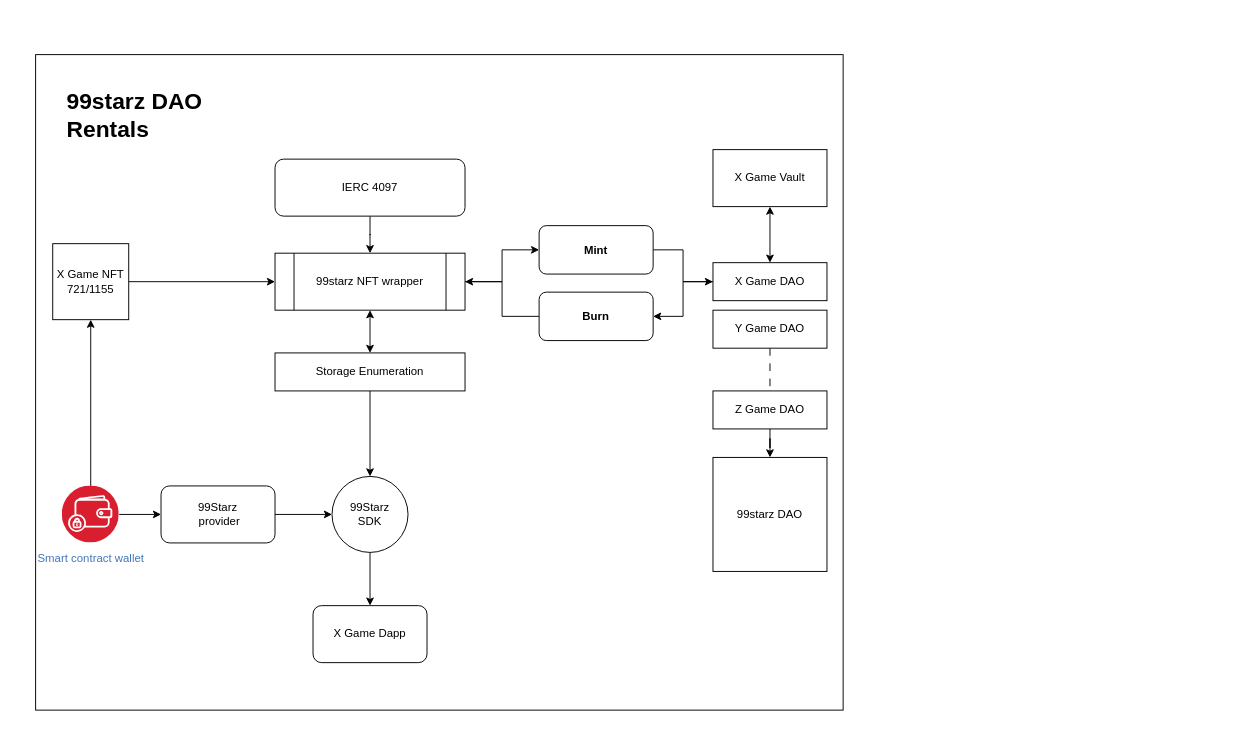
This is 99starz4097.drawio from ali-05-ahmed/Concept-Diagrams, a draw.io file, before an edit. Source tidied: cells renumbered, new cells numbered last; positions are measured from the earlier drawing's top-left corner, leaving out a move shared by most shapes. Both pictures are drawn from the tidied source at 95%, with x=0, y=0 at pixel (35, 54).
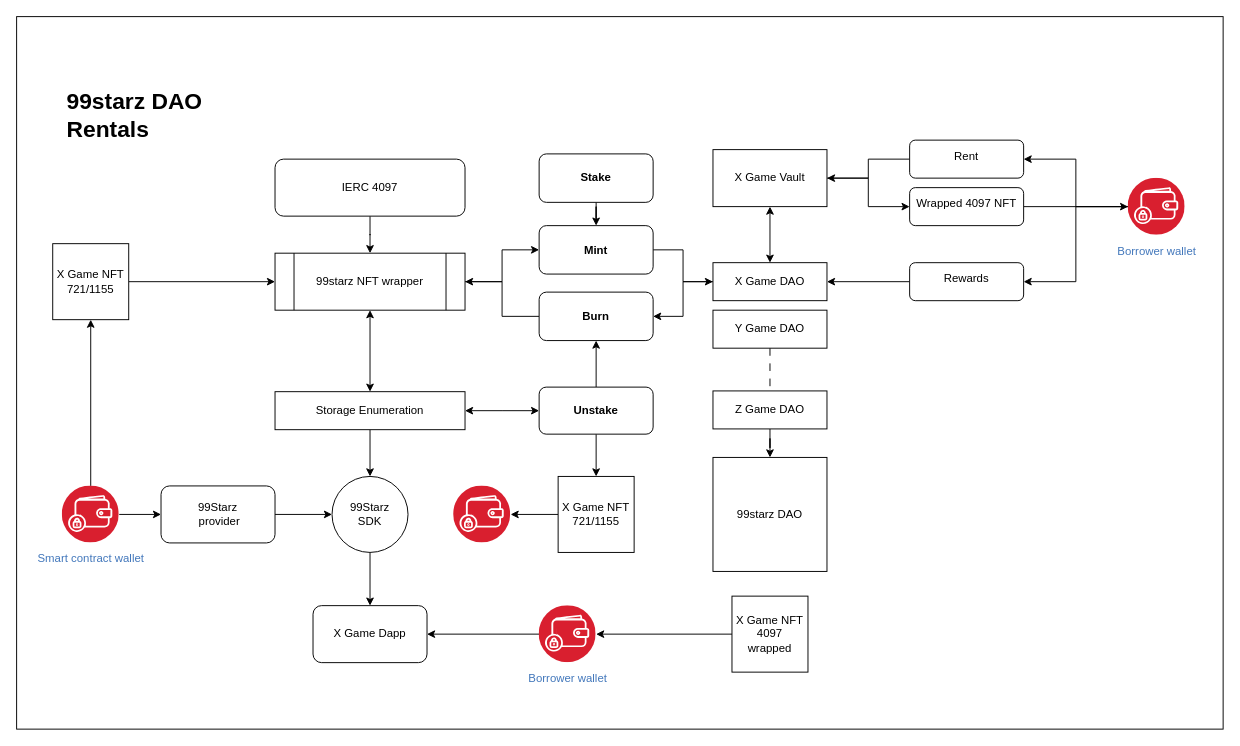
The same diagram, later.

The change refers to these unchanged cells:
```xml
<mxCell id="17" value="X Game DAO" style="rounded=0;whiteSpace=wrap;html=1;" parent="1" vertex="1">
  <mxGeometry x="713" y="219" width="120" height="40" as="geometry" />
</mxCell>
<mxCell id="27" value="&lt;b&gt;Mint&lt;/b&gt;" style="rounded=1;whiteSpace=wrap;html=1;" parent="1" vertex="1">
  <mxGeometry x="530" y="180" width="120" height="51" as="geometry" />
</mxCell>
<mxCell id="28" value="&lt;b&gt;Burn&lt;/b&gt;" style="rounded=1;whiteSpace=wrap;html=1;" parent="1" vertex="1">
  <mxGeometry x="530" y="250" width="120" height="51" as="geometry" />
</mxCell>
<mxCell id="29" value="X Game Vault" style="rounded=0;whiteSpace=wrap;html=1;" parent="1" vertex="1">
  <mxGeometry x="713" y="100" width="120" height="60" as="geometry" />
</mxCell>
<mxCell id="30" value="X Game Dapp" style="rounded=1;whiteSpace=wrap;html=1;" parent="1" vertex="1">
  <mxGeometry x="292" y="580" width="120" height="60" as="geometry" />
</mxCell>
```

Diff of the diagram source:
```diff
@@
     <mxCell id="2" style="rounded=0;whiteSpace=wrap;html=1;" parent="1" vertex="1">
-      <mxGeometry width="850" height="690" as="geometry" />
+      <mxGeometry x="-20" y="-40" width="1270" height="750" as="geometry" />
     </mxCell>
@@
     <mxCell id="23" value="Storage Enumeration" style="rounded=0;whiteSpace=wrap;html=1;" parent="1" vertex="1">
-      <mxGeometry x="252" y="314" width="200" height="40" as="geometry" />
+      <mxGeometry x="252" y="354.8" width="200" height="40" as="geometry" />
     </mxCell>
@@
+    <mxCell id="34" style="edgeStyle=orthogonalEdgeStyle;rounded=0;jettySize=auto;html=1;" parent="1" edge="1" source="29" target="41">
+      <mxGeometry relative="1" as="geometry" />
+    </mxCell>
@@
+    <mxCell id="35" style="edgeStyle=orthogonalEdgeStyle;rounded=0;jettySize=auto;html=1;" parent="1" edge="1" source="37" target="39">
+      <mxGeometry relative="1" as="geometry" />
+    </mxCell>
+    <mxCell id="36" style="edgeStyle=orthogonalEdgeStyle;rounded=0;jettySize=auto;html=1;entryX=1;entryY=0.5;entryDx=0;entryDy=0;" parent="1" edge="1" source="37" target="56">
+      <mxGeometry relative="1" as="geometry" />
+    </mxCell>
+    <mxCell id="37" value="Borrower wallet" style="image;perimeter=ellipsePerimeter;html=1;align=center;shadow=0;dashed=0;fontColor=#4277BB;labelBackgroundColor=default;fontSize=12;spacingTop=3;image=img/lib/ibm/blockchain/wallet.svg;" parent="1" vertex="1">
+      <mxGeometry x="1150" y="130" width="60" height="60" as="geometry" />
+    </mxCell>
+    <mxCell id="38" style="edgeStyle=orthogonalEdgeStyle;rounded=0;jettySize=auto;html=1;" parent="1" edge="1" source="39" target="29">
+      <mxGeometry relative="1" as="geometry" />
+    </mxCell>
+    <mxCell id="39" value="&lt;div&gt;&lt;span style=&quot;color: rgb(0, 0, 0);&quot;&gt;Rent&lt;/span&gt;&lt;br&gt;&lt;/div&gt;" style="rounded=1;whiteSpace=wrap;html=1;verticalAlign=top;fontColor=#4277BB;labelBackgroundColor=default;shadow=0;dashed=0;spacingTop=3;" parent="1" vertex="1">
+      <mxGeometry x="920" y="90" width="120" height="40" as="geometry" />
+    </mxCell>
+    <mxCell id="40" style="edgeStyle=orthogonalEdgeStyle;rounded=0;jettySize=auto;html=1;" parent="1" edge="1" source="41" target="37">
+      <mxGeometry relative="1" as="geometry" />
+    </mxCell>
+    <mxCell id="41" value="&lt;div&gt;&lt;span style=&quot;color: rgb(0, 0, 0);&quot;&gt;Wrapped 4097 NFT&lt;/span&gt;&lt;br&gt;&lt;/div&gt;" style="rounded=1;whiteSpace=wrap;html=1;verticalAlign=top;fontColor=#4277BB;labelBackgroundColor=default;shadow=0;dashed=0;spacingTop=3;" parent="1" vertex="1">
+      <mxGeometry x="920" y="140" width="120" height="40" as="geometry" />
+    </mxCell>
+    <mxCell id="42" style="edgeStyle=orthogonalEdgeStyle;rounded=0;jettySize=auto;html=1;" parent="1" edge="1" source="43" target="30">
+      <mxGeometry relative="1" as="geometry" />
+    </mxCell>
+    <mxCell id="43" value="Borrower wallet" style="image;perimeter=ellipsePerimeter;html=1;align=center;shadow=0;dashed=0;fontColor=#4277BB;labelBackgroundColor=default;fontSize=12;spacingTop=3;image=img/lib/ibm/blockchain/wallet.svg;" parent="1" vertex="1">
+      <mxGeometry x="530" y="580" width="60" height="60" as="geometry" />
+    </mxCell>
+    <mxCell id="44" style="edgeStyle=orthogonalEdgeStyle;rounded=0;jettySize=auto;html=1;" parent="1" edge="1" source="45" target="43">
+      <mxGeometry relative="1" as="geometry" />
+    </mxCell>
+    <mxCell id="45" value="X Game NFT&lt;br&gt;4097&lt;br&gt;wrapped" style="whiteSpace=wrap;html=1;" parent="1" vertex="1">
+      <mxGeometry x="733" y="570" width="80" height="80" as="geometry" />
+    </mxCell>
+    <mxCell id="46" style="edgeStyle=orthogonalEdgeStyle;rounded=0;jettySize=auto;html=1;" parent="1" edge="1" source="47" target="27">
+      <mxGeometry relative="1" as="geometry" />
+    </mxCell>
+    <mxCell id="47" value="&lt;b&gt;Stake&lt;/b&gt;" style="rounded=1;whiteSpace=wrap;html=1;" parent="1" vertex="1">
+      <mxGeometry x="530" y="104.5" width="120" height="51" as="geometry" />
+    </mxCell>
+    <mxCell id="48" style="edgeStyle=orthogonalEdgeStyle;rounded=0;jettySize=auto;html=1;" parent="1" edge="1" source="51" target="28">
+      <mxGeometry relative="1" as="geometry" />
+    </mxCell>
+    <mxCell id="49" style="edgeStyle=orthogonalEdgeStyle;rounded=0;jettySize=auto;html=1;" parent="1" edge="1" source="51" target="53">
+      <mxGeometry relative="1" as="geometry" />
+    </mxCell>
+    <mxCell id="50" style="edgeStyle=orthogonalEdgeStyle;rounded=0;jettySize=auto;html=1;startArrow=classic;startFill=1;" parent="1" edge="1" source="51" target="23">
+      <mxGeometry relative="1" as="geometry" />
+    </mxCell>
+    <mxCell id="51" value="&lt;b&gt;Unstake&lt;/b&gt;" style="rounded=1;whiteSpace=wrap;html=1;" parent="1" vertex="1">
+      <mxGeometry x="530" y="350" width="120" height="49.5" as="geometry" />
+    </mxCell>
+    <mxCell id="52" style="edgeStyle=orthogonalEdgeStyle;rounded=0;jettySize=auto;html=1;" parent="1" edge="1" source="53" target="54">
+      <mxGeometry relative="1" as="geometry" />
+    </mxCell>
+    <mxCell id="53" value="X Game NFT&lt;br&gt;721/1155" style="whiteSpace=wrap;html=1;" parent="1" vertex="1">
+      <mxGeometry x="550" y="444" width="80" height="80" as="geometry" />
+    </mxCell>
+    <mxCell id="54" style="image;perimeter=ellipsePerimeter;html=1;align=center;shadow=0;dashed=0;fontColor=#4277BB;labelBackgroundColor=default;fontSize=12;spacingTop=3;image=img/lib/ibm/blockchain/wallet.svg;" parent="1" vertex="1">
+      <mxGeometry x="440" y="454" width="60" height="60" as="geometry" />
+    </mxCell>
+    <mxCell id="55" style="edgeStyle=orthogonalEdgeStyle;rounded=0;jettySize=auto;html=1;" parent="1" edge="1" source="56" target="17">
+      <mxGeometry relative="1" as="geometry" />
+    </mxCell>
+    <mxCell id="56" value="&lt;div&gt;&lt;span style=&quot;color: rgb(0, 0, 0);&quot;&gt;Rewards&lt;/span&gt;&lt;br&gt;&lt;/div&gt;" style="rounded=1;whiteSpace=wrap;html=1;verticalAlign=top;fontColor=#4277BB;labelBackgroundColor=default;shadow=0;dashed=0;spacingTop=3;" parent="1" vertex="1">
+      <mxGeometry x="920" y="219" width="120" height="40" as="geometry" />
+    </mxCell>
```
